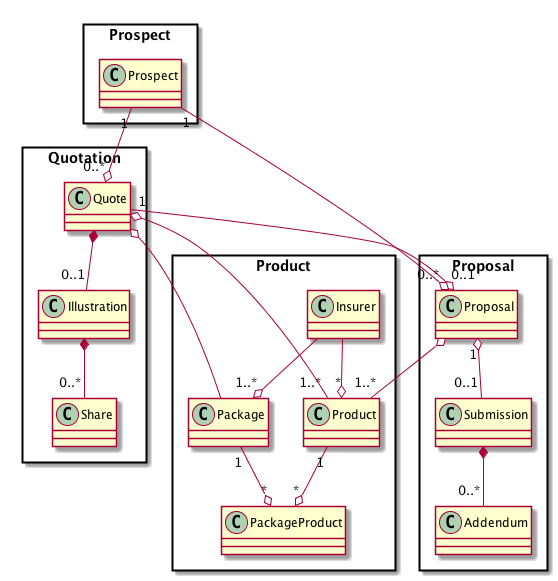
yitchoong/cloudapi keeps this PlantUML diagram as assets/screens/class.png. Above is the earlier version.
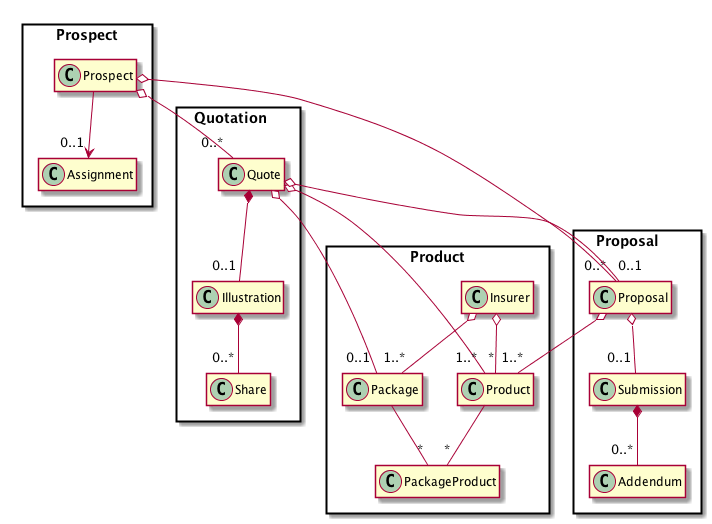
The same file after the commit.

The edit, as a diff of the source:
```diff
@@ -1,7 +1,11 @@
 @startuml
+
+hide empty members
+
 
 package Prospect <<Rectangle>> {
     class Prospect
+    class Assignment
 }
 package Product <<Rectangle>> {
     class Insurer
@@ -9,44 +13,47 @@
     class PackageProduct
     class Product
 }
-package Quotation <<Rectangle>> {
+package "Quotation   \n" as Quotation <<Rectangle>> {
     class Quote
     class Illustration
     class Share
 }
-package Proposal <<Rectangle>>{
+package "Proposal    \n" as Proposal <<Rectangle>>{
     class Proposal
     class Submission
     class Addendum
 }
 
-Package "1" --o "*" PackageProduct
+Prospect --> "0..1" Assignment
 
-Product "1" --o "*" PackageProduct
+Prospect o-- "0..*" Quote
+
+Prospect o-- "0..*" Proposal
 
 
-Insurer --o "*" Product
+Package  -- "*" PackageProduct
 
-Insurer --o "1..*" Package
+Product  -- "*" PackageProduct
+
+Insurer o-- "*" Product
+
+Insurer o-- "1..*" Package
 
 Quote *-- "0..1" Illustration
 
 Illustration *-- "0..*" Share
 
-Quote o-- Package
+Quote o-- "0..1" Package
 
 Quote o-- "1..*" Product
 
 Proposal o-- "1..*" Product
 
-Quote "1" --o "0..1" Proposal
+Quote  o-- "0..1" Proposal
 
-Proposal "1" o-- "0..1" Submission
+Proposal  o-- "0..1" Submission
 
 Submission *-- "0..*" Addendum
 
-Prospect "1" --o "0..*" Quote
-
-Prospect "1" --o "0..*" Proposal
 
 @enduml
```
